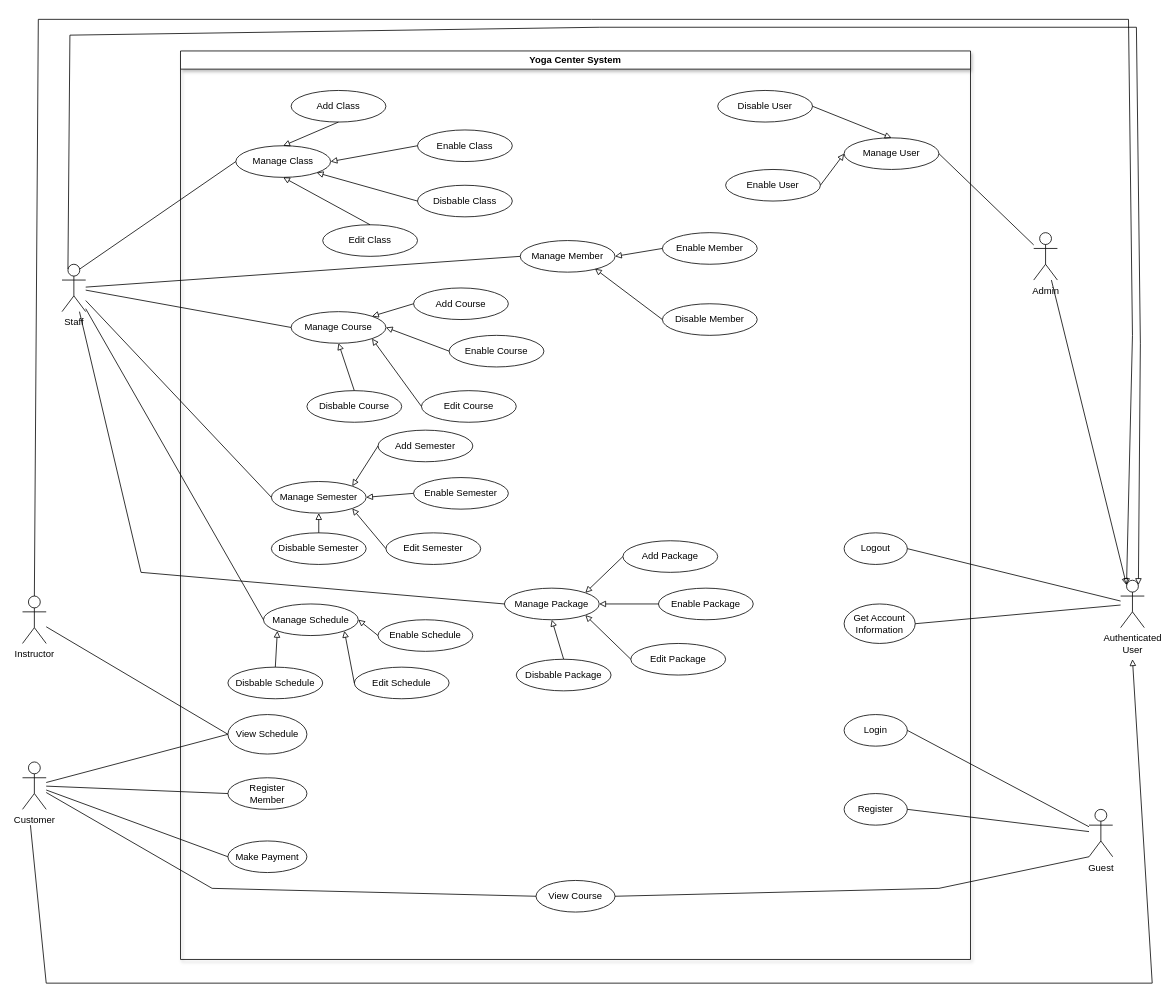
This is page "SWR1" (4 of 11) of Untitled Diagram.drawio from minhng-178/web-starter-projects, a draw.io file, before an edit. Source tidied: cells renumbered, new cells numbered last; positions are measured from the earlier drawing's top-left corner, leaving out a move shared by most shapes. Both pictures are drawn from the tidied source at 79%, with x=0, y=0 at pixel (22, 19).
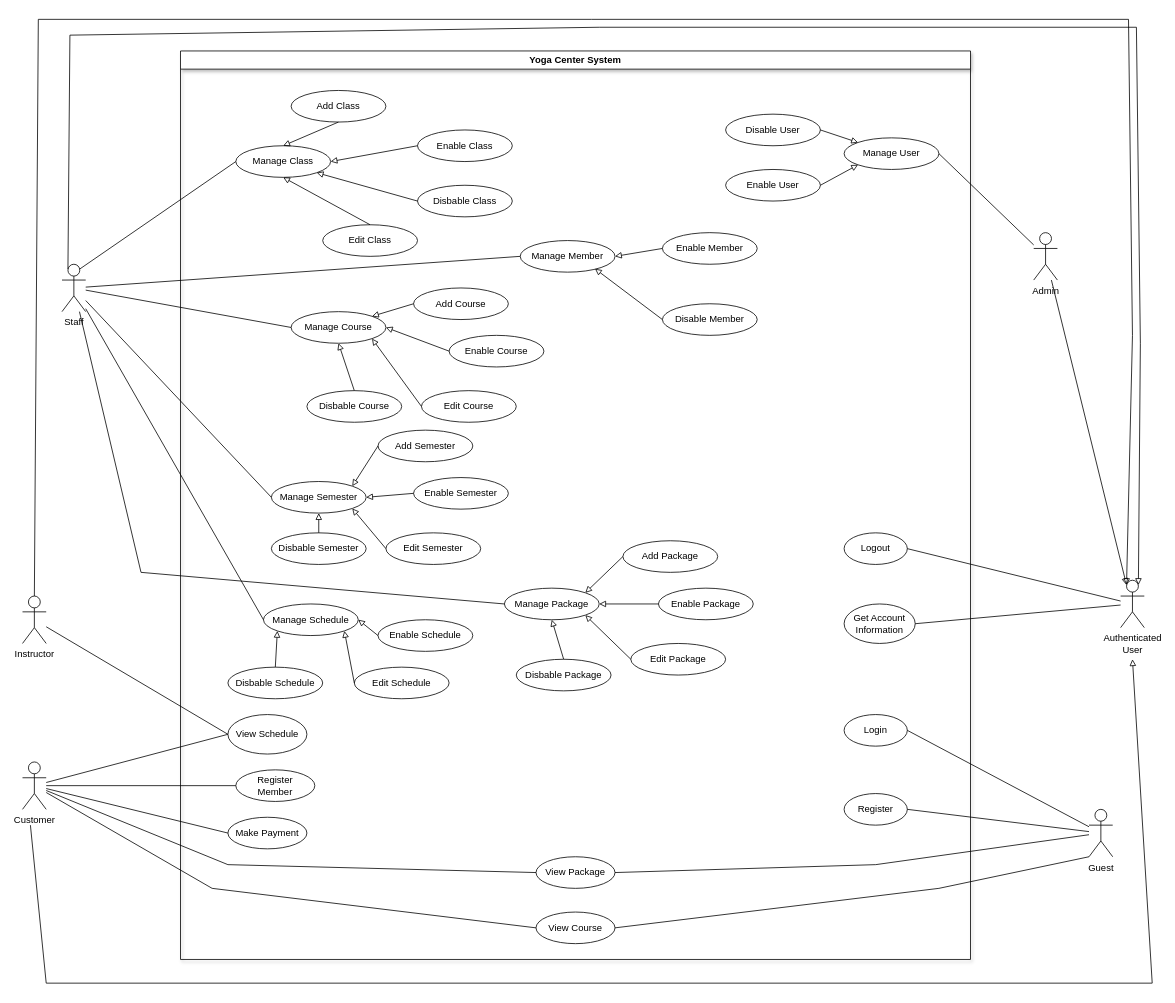
The same diagram, later.

Unchanged cells that the change refers to:
```xml
<mxCell id="2" value="Yoga Center System" style="swimlane;whiteSpace=wrap;html=1;shadow=1;fontStyle=1;" parent="1" vertex="1">
  <mxGeometry x="200" y="40" width="1000" height="1150" as="geometry" />
</mxCell>
<mxCell id="7" value="Manage User" style="ellipse;whiteSpace=wrap;html=1;" parent="2" vertex="1">
  <mxGeometry x="840" y="110" width="120" height="40" as="geometry" />
</mxCell>
<mxCell id="15" value="Enable User" style="ellipse;whiteSpace=wrap;html=1;" parent="2" vertex="1">
  <mxGeometry x="690" y="150" width="120" height="40" as="geometry" />
</mxCell>
<mxCell id="66" value="Customer" style="shape=umlActor;verticalLabelPosition=bottom;verticalAlign=top;html=1;outlineConnect=0;" parent="1" vertex="1">
  <mxGeometry y="940" width="30" height="60" as="geometry" />
</mxCell>
<mxCell id="69" value="Guest" style="shape=umlActor;verticalLabelPosition=bottom;verticalAlign=top;html=1;outlineConnect=0;" parent="1" vertex="1">
  <mxGeometry x="1350" y="1000" width="30" height="60" as="geometry" />
</mxCell>
```

Diff of the diagram source:
```diff
@@
     <mxCell id="10" value="View Course" style="ellipse;whiteSpace=wrap;html=1;" parent="2" vertex="1">
-      <mxGeometry x="450" y="1050" width="100" height="40" as="geometry" />
+      <mxGeometry x="450" y="1090" width="100" height="40" as="geometry" />
     </mxCell>
     <mxCell id="11" value="Register &lt;br&gt;Member" style="ellipse;whiteSpace=wrap;html=1;" parent="2" vertex="1">
-      <mxGeometry x="60" y="920" width="100" height="40" as="geometry" />
+      <mxGeometry x="70" y="910" width="100" height="40" as="geometry" />
     </mxCell>
@@
     <mxCell id="14" value="Disable User" style="ellipse;whiteSpace=wrap;html=1;" parent="2" vertex="1">
-      <mxGeometry x="680" y="50" width="120" height="40" as="geometry" />
+      <mxGeometry x="690" y="80" width="120" height="40" as="geometry" />
     </mxCell>
@@
-    <mxCell id="16" style="endArrow=block;html=1;rounded=0;entryX=0.5;entryY=0;entryDx=0;entryDy=0;endFill=0;exitX=1;exitY=0.5;exitDx=0;exitDy=0;" parent="2" edge="1" source="14" target="7">
+    <mxCell id="16" style="endArrow=block;html=1;rounded=0;entryX=0;entryY=0;entryDx=0;entryDy=0;endFill=0;exitX=1;exitY=0.5;exitDx=0;exitDy=0;" parent="2" edge="1" source="14" target="7">
       <mxGeometry relative="1" as="geometry" />
     </mxCell>
-    <mxCell id="17" style="endArrow=block;html=1;rounded=0;entryX=0;entryY=0.5;entryDx=0;entryDy=0;endFill=0;exitX=1;exitY=0.5;exitDx=0;exitDy=0;" parent="2" edge="1" source="15" target="7">
+    <mxCell id="17" style="endArrow=block;html=1;rounded=0;entryX=0;entryY=1;entryDx=0;entryDy=0;endFill=0;exitX=1;exitY=0.5;exitDx=0;exitDy=0;" parent="2" edge="1" source="15" target="7">
       <mxGeometry relative="1" as="geometry" />
     </mxCell>
@@
     <mxCell id="55" value="Make Payment" style="ellipse;whiteSpace=wrap;html=1;" parent="2" vertex="1">
-      <mxGeometry x="60" y="1000" width="100" height="40" as="geometry" />
+      <mxGeometry x="60" y="970" width="100" height="40" as="geometry" />
     </mxCell>
@@
+    <mxCell id="91" value="View Package" style="ellipse;whiteSpace=wrap;html=1;" parent="2" vertex="1">
+      <mxGeometry x="450" y="1020" width="100" height="40" as="geometry" />
+    </mxCell>
@@
+    <mxCell id="92" style="endArrow=none;html=1;rounded=0;exitX=0;exitY=0.5;exitDx=0;exitDy=0;" parent="1" edge="1" source="91" target="66">
+      <mxGeometry relative="1" as="geometry">
+        <Array as="points">
+          <mxPoint x="260" y="1070" />
+        </Array>
+      </mxGeometry>
+    </mxCell>
+    <mxCell id="93" style="endArrow=none;html=1;rounded=0;exitX=1;exitY=0.5;exitDx=0;exitDy=0;" parent="1" edge="1" source="91" target="69">
+      <mxGeometry relative="1" as="geometry">
+        <Array as="points">
+          <mxPoint x="1080" y="1070" />
+        </Array>
+      </mxGeometry>
+    </mxCell>
```
